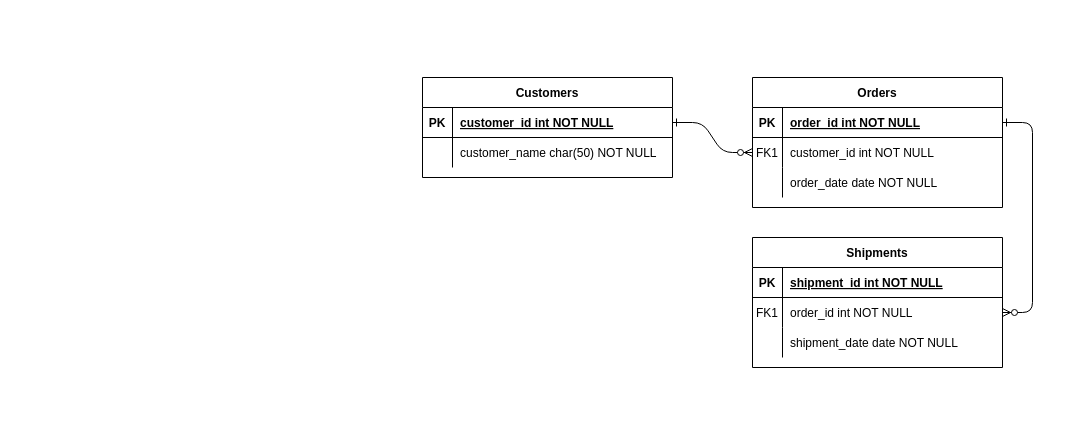
Above: metadata/db_erd.drawio in fhormel/fitness-tracker (draw.io), before the change. Source tidied: cells renumbered, new cells numbered last; positions are measured from the earlier drawing's top-left corner, leaving out a move shared by most shapes. Both pictures are drawn from the tidied source at 100%, with x=0, y=0 at pixel (422, 77).
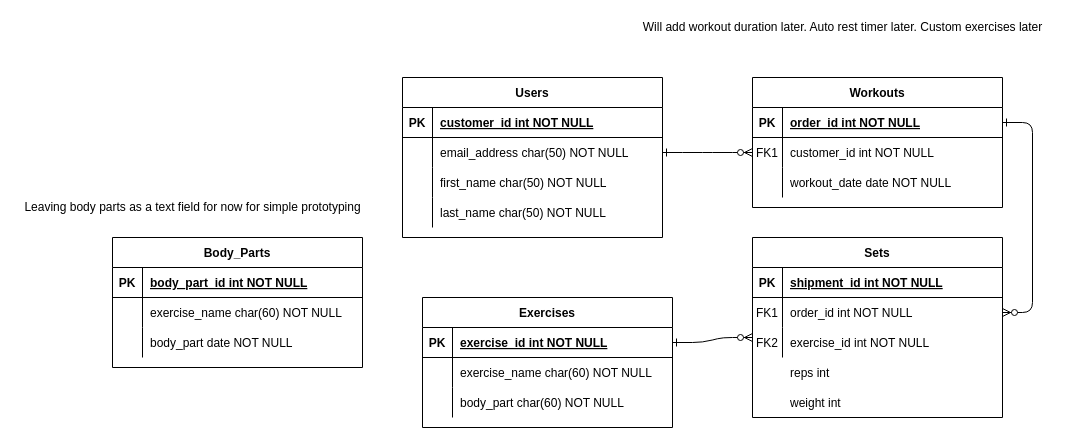
After the change.

Unchanged cells that the change refers to:
```xml
<mxCell id="8" style="shape=partialRectangle;fillColor=none;points=[[0,0.5],[1,0.5]];portConstraint=eastwest;top=0;left=0;right=0;bottom=0;" parent="4" vertex="1">
  <mxGeometry y="60" width="250" height="30" as="geometry" />
</mxCell>
<mxCell id="11" style="shape=partialRectangle;fillColor=none;top=0;left=0;right=0;bottom=0;" parent="4" vertex="1">
  <mxGeometry y="90" width="250" height="30" as="geometry" />
</mxCell>
<mxCell id="21" style="shape=partialRectangle;fillColor=none;top=0;left=0;right=0;bottom=0;" parent="14" vertex="1">
  <mxGeometry y="90" width="250" height="30" as="geometry" />
</mxCell>
```

What changed in the source:
```diff
@@
-    <mxCell id="2" style="edgeStyle=entityRelationEdgeStyle;endArrow=ERzeroToMany;startArrow=ERone;endFill=1;startFill=0;" parent="1" edge="1" source="25" target="8">
+    <mxCell id="2" style="edgeStyle=entityRelationEdgeStyle;endArrow=ERzeroToMany;startArrow=ERone;endFill=1;startFill=0;exitX=1;exitY=0.5;exitDx=0;exitDy=0;" parent="1" edge="1" source="58" target="8">
       <mxGeometry relative="1" as="geometry" />
     </mxCell>
@@
-    <mxCell id="4" value="Orders" style="shape=table;startSize=30;childLayout=tableLayout;rowLines=0;fontStyle=1;align=center;" parent="1" vertex="1">
+    <mxCell id="4" value="Workouts" style="shape=table;startSize=30;childLayout=tableLayout;rowLines=0;fontStyle=1;align=center;" parent="1" vertex="1">
       <mxGeometry x="330" width="250" height="130" as="geometry" />
     </mxCell>
@@
-    <mxCell id="13" value="order_date date NOT NULL" style="shape=partialRectangle;overflow=hidden;fillColor=none;top=0;left=0;bottom=0;right=0;align=left;spacingLeft=6;" parent="11" vertex="1">
+    <mxCell id="13" value="workout_date date NOT NULL" style="shape=partialRectangle;overflow=hidden;fillColor=none;top=0;left=0;bottom=0;right=0;align=left;spacingLeft=6;" parent="11" vertex="1">
       <mxGeometry x="30" width="220" height="30" as="geometry" />
     </mxCell>
-    <mxCell id="14" value="Shipments" style="shape=table;startSize=30;childLayout=tableLayout;rowLines=0;fontStyle=1;align=center;" parent="1" vertex="1">
-      <mxGeometry x="330" y="160" width="250" height="130" as="geometry" />
+    <mxCell id="14" value="Sets" style="shape=table;startSize=30;childLayout=tableLayout;rowLines=0;fontStyle=1;align=center;" parent="1" vertex="1">
+      <mxGeometry x="330" y="160" width="250" height="180" as="geometry" />
     </mxCell>
@@
-    <mxCell id="22" style="shape=partialRectangle;overflow=hidden;fillColor=none;top=0;left=0;bottom=0;right=0;" parent="21" vertex="1">
+    <mxCell id="22" value="FK2" style="shape=partialRectangle;overflow=hidden;fillColor=none;top=0;left=0;bottom=0;right=0;" parent="21" vertex="1">
       <mxGeometry width="30" height="30" as="geometry" />
     </mxCell>
-    <mxCell id="23" value="shipment_date date NOT NULL" style="shape=partialRectangle;overflow=hidden;fillColor=none;top=0;left=0;bottom=0;right=0;align=left;spacingLeft=6;" parent="21" vertex="1">
+    <mxCell id="23" value="exercise_id int NOT NULL" style="shape=partialRectangle;overflow=hidden;fillColor=none;top=0;left=0;bottom=0;right=0;align=left;spacingLeft=6;" parent="21" vertex="1">
       <mxGeometry x="30" width="220" height="30" as="geometry" />
     </mxCell>
-    <mxCell id="24" value="Customers" style="shape=table;startSize=30;childLayout=tableLayout;rowLines=0;fontStyle=1;align=center;" parent="1" vertex="1">
-      <mxGeometry width="250" height="100" as="geometry" />
-    </mxCell>
-    <mxCell id="25" style="shape=partialRectangle;fillColor=none;points=[[0,0.5],[1,0.5]];portConstraint=eastwest;top=0;left=0;right=0;bottom=1;" parent="24" vertex="1">
-      <mxGeometry y="30" width="250" height="30" as="geometry" />
-    </mxCell>
-    <mxCell id="26" value="PK" style="shape=partialRectangle;overflow=hidden;fillColor=none;top=0;left=0;bottom=0;right=0;fontStyle=1;" parent="25" vertex="1">
-      <mxGeometry width="30" height="30" as="geometry" />
-    </mxCell>
+    <mxCell id="31" value="Exercises" style="shape=table;startSize=30;childLayout=tableLayout;rowLines=0;fontStyle=1;align=center;" parent="1" vertex="1">
+      <mxGeometry y="220" width="250" height="130" as="geometry" />
+    </mxCell>
+    <mxCell id="32" style="shape=partialRectangle;fillColor=none;points=[[0,0.5],[1,0.5]];portConstraint=eastwest;top=0;left=0;right=0;bottom=1;" parent="31" vertex="1">
+      <mxGeometry y="30" width="250" height="30" as="geometry" />
+    </mxCell>
+    <mxCell id="33" value="PK" style="shape=partialRectangle;overflow=hidden;fillColor=none;top=0;left=0;bottom=0;right=0;fontStyle=1;" parent="32" vertex="1">
+      <mxGeometry width="30" height="30" as="geometry" />
+    </mxCell>
+    <mxCell id="34" value="exercise_id int NOT NULL " style="shape=partialRectangle;overflow=hidden;fillColor=none;top=0;left=0;bottom=0;right=0;align=left;spacingLeft=6;fontStyle=5;" parent="32" vertex="1">
+      <mxGeometry x="30" width="220" height="30" as="geometry" />
+    </mxCell>
+    <mxCell id="35" style="shape=partialRectangle;fillColor=none;top=0;left=0;right=0;bottom=0;" parent="31" vertex="1">
+      <mxGeometry y="60" width="250" height="30" as="geometry" />
+    </mxCell>
+    <mxCell id="36" style="shape=partialRectangle;overflow=hidden;fillColor=none;top=0;left=0;bottom=0;right=0;" parent="35" vertex="1">
+      <mxGeometry width="30" height="30" as="geometry" />
+    </mxCell>
+    <mxCell id="37" value="exercise_name char(60) NOT NULL" style="shape=partialRectangle;overflow=hidden;fillColor=none;top=0;left=0;bottom=0;right=0;align=left;spacingLeft=6;" parent="35" vertex="1">
+      <mxGeometry x="30" width="220" height="30" as="geometry" />
+    </mxCell>
+    <mxCell id="38" style="shape=partialRectangle;fillColor=none;top=0;left=0;right=0;bottom=0;" parent="31" vertex="1">
+      <mxGeometry y="90" width="250" height="30" as="geometry" />
+    </mxCell>
+    <mxCell id="39" style="shape=partialRectangle;overflow=hidden;fillColor=none;top=0;left=0;bottom=0;right=0;" parent="38" vertex="1">
+      <mxGeometry width="30" height="30" as="geometry" />
+    </mxCell>
+    <mxCell id="40" value="body_part char(60) NOT NULL" style="shape=partialRectangle;overflow=hidden;fillColor=none;top=0;left=0;bottom=0;right=0;align=left;spacingLeft=6;" parent="38" vertex="1">
+      <mxGeometry x="30" width="220" height="30" as="geometry" />
+    </mxCell>
+    <mxCell id="41" style="edgeStyle=entityRelationEdgeStyle;endArrow=ERzeroToMany;startArrow=ERone;endFill=1;startFill=0;exitX=1;exitY=0.5;exitDx=0;exitDy=0;" parent="1" edge="1" source="32">
+      <mxGeometry relative="1" as="geometry">
+        <mxPoint x="330" y="260" as="targetPoint" />
+      </mxGeometry>
+    </mxCell>
+    <mxCell id="42" value="Body_Parts" style="shape=table;startSize=30;childLayout=tableLayout;rowLines=0;fontStyle=1;align=center;" parent="1" vertex="1">
+      <mxGeometry x="-310" y="160" width="250" height="130" as="geometry" />
+    </mxCell>
+    <mxCell id="43" style="shape=partialRectangle;fillColor=none;top=0;left=0;right=0;bottom=1;" parent="42" vertex="1">
+      <mxGeometry y="30" width="250" height="30" as="geometry" />
+    </mxCell>
+    <mxCell id="44" value="PK" style="shape=partialRectangle;overflow=hidden;fillColor=none;top=0;left=0;bottom=0;right=0;fontStyle=1;" parent="43" vertex="1">
+      <mxGeometry width="30" height="30" as="geometry" />
+    </mxCell>
+    <mxCell id="45" value="body_part_id int NOT NULL " style="shape=partialRectangle;overflow=hidden;fillColor=none;top=0;left=0;bottom=0;right=0;align=left;spacingLeft=6;fontStyle=5;" parent="43" vertex="1">
+      <mxGeometry x="30" width="220" height="30" as="geometry" />
+    </mxCell>
+    <mxCell id="46" style="shape=partialRectangle;fillColor=none;top=0;left=0;right=0;bottom=0;" parent="42" vertex="1">
+      <mxGeometry y="60" width="250" height="30" as="geometry" />
+    </mxCell>
+    <mxCell id="47" style="shape=partialRectangle;overflow=hidden;fillColor=none;top=0;left=0;bottom=0;right=0;" parent="46" vertex="1">
+      <mxGeometry width="30" height="30" as="geometry" />
+    </mxCell>
+    <mxCell id="48" value="exercise_name char(60) NOT NULL" style="shape=partialRectangle;overflow=hidden;fillColor=none;top=0;left=0;bottom=0;right=0;align=left;spacingLeft=6;" parent="46" vertex="1">
+      <mxGeometry x="30" width="220" height="30" as="geometry" />
+    </mxCell>
+    <mxCell id="49" style="shape=partialRectangle;fillColor=none;top=0;left=0;right=0;bottom=0;" parent="42" vertex="1">
+      <mxGeometry y="90" width="250" height="30" as="geometry" />
+    </mxCell>
+    <mxCell id="50" style="shape=partialRectangle;overflow=hidden;fillColor=none;top=0;left=0;bottom=0;right=0;" parent="49" vertex="1">
+      <mxGeometry width="30" height="30" as="geometry" />
+    </mxCell>
+    <mxCell id="51" value="body_part date NOT NULL" style="shape=partialRectangle;overflow=hidden;fillColor=none;top=0;left=0;bottom=0;right=0;align=left;spacingLeft=6;" parent="49" vertex="1">
+      <mxGeometry x="30" width="220" height="30" as="geometry" />
+    </mxCell>
+    <mxCell id="52" value="reps int " style="shape=partialRectangle;overflow=hidden;fillColor=none;top=0;left=0;bottom=0;right=0;align=left;spacingLeft=6;" parent="1" vertex="1">
+      <mxGeometry x="360" y="280" width="220" height="30" as="geometry" />
+    </mxCell>
+    <mxCell id="53" value="weight int " style="shape=partialRectangle;overflow=hidden;fillColor=none;top=0;left=0;bottom=0;right=0;align=left;spacingLeft=6;" parent="1" vertex="1">
+      <mxGeometry x="360" y="310" width="220" height="30" as="geometry" />
+    </mxCell>
+    <mxCell id="54" value="Leaving body parts as a text field for now for simple prototyping" style="text;html=1;align=center;verticalAlign=middle;fillColor=none;strokeColor=none;rounded=0;" parent="1" vertex="1">
+      <mxGeometry x="-405" y="120" width="350" height="20" as="geometry" />
+    </mxCell>
+    <mxCell id="55" value="Users" style="shape=table;startSize=30;childLayout=tableLayout;rowLines=0;fontStyle=1;align=center;" parent="1" vertex="1">
+      <mxGeometry x="-20" width="260" height="160" as="geometry" />
+    </mxCell>
+    <mxCell id="56" style="shape=tableRow;horizontal=0;startSize=0;swimlaneHead=0;swimlaneBody=0;fillColor=none;top=0;left=0;right=0;bottom=1;" parent="55" vertex="1">
+      <mxGeometry y="30" width="260" height="30" as="geometry" />
+    </mxCell>
+    <mxCell id="57" value="PK" style="shape=partialRectangle;fillColor=none;top=0;left=0;bottom=0;right=0;fontStyle=1;overflow=hidden;" parent="56" vertex="1">
+      <mxGeometry width="30" height="30" as="geometry" />
+    </mxCell>
-    <mxCell id="27" value="customer_id int NOT NULL " style="shape=partialRectangle;overflow=hidden;fillColor=none;top=0;left=0;bottom=0;right=0;align=left;spacingLeft=6;fontStyle=5;" parent="25" vertex="1">
-      <mxGeometry x="30" width="220" height="30" as="geometry" />
+    <mxCell id="27" value="customer_id int NOT NULL" style="shape=partialRectangle;fillColor=none;top=0;left=0;bottom=0;right=0;align=left;spacingLeft=6;fontStyle=5;overflow=hidden;" parent="56" vertex="1">
+      <mxGeometry x="30" width="230" height="30" as="geometry" />
     </mxCell>
-    <mxCell id="28" style="shape=partialRectangle;fillColor=none;top=0;left=0;right=0;bottom=0;" parent="24" vertex="1">
-      <mxGeometry y="60" width="250" height="30" as="geometry" />
-    </mxCell>
-    <mxCell id="29" style="shape=partialRectangle;overflow=hidden;fillColor=none;top=0;left=0;bottom=0;right=0;" parent="28" vertex="1">
-      <mxGeometry width="30" height="30" as="geometry" />
-    </mxCell>
-    <mxCell id="30" value="customer_name char(50) NOT NULL" style="shape=partialRectangle;overflow=hidden;fillColor=none;top=0;left=0;bottom=0;right=0;align=left;spacingLeft=6;" parent="28" vertex="1">
-      <mxGeometry x="30" width="220" height="30" as="geometry" />
-    </mxCell>
+    <mxCell id="58" style="shape=tableRow;horizontal=0;startSize=0;swimlaneHead=0;swimlaneBody=0;fillColor=none;points=[[0,0.5],[1,0.5]];portConstraint=eastwest;top=0;left=0;right=0;bottom=0;" parent="55" vertex="1">
+      <mxGeometry y="60" width="260" height="30" as="geometry" />
+    </mxCell>
+    <mxCell id="59" style="shape=partialRectangle;fillColor=none;top=0;left=0;bottom=0;right=0;overflow=hidden;" parent="58" vertex="1">
+      <mxGeometry width="30" height="30" as="geometry" />
+    </mxCell>
+    <mxCell id="60" value="email_address char(50) NOT NULL" style="shape=partialRectangle;fillColor=none;top=0;left=0;bottom=0;right=0;align=left;spacingLeft=6;overflow=hidden;" parent="58" vertex="1">
+      <mxGeometry x="30" width="230" height="30" as="geometry" />
+    </mxCell>
+    <mxCell id="61" style="shape=tableRow;horizontal=0;startSize=0;swimlaneHead=0;swimlaneBody=0;fillColor=none;top=0;left=0;right=0;bottom=0;" parent="55" vertex="1">
+      <mxGeometry y="90" width="260" height="30" as="geometry" />
+    </mxCell>
+    <mxCell id="62" style="shape=partialRectangle;fillColor=none;top=0;left=0;bottom=0;right=0;overflow=hidden;" parent="61" vertex="1">
+      <mxGeometry width="30" height="30" as="geometry" />
+    </mxCell>
+    <mxCell id="63" value="first_name char(50) NOT NULL" style="shape=partialRectangle;fillColor=none;top=0;left=0;bottom=0;right=0;align=left;spacingLeft=6;overflow=hidden;" parent="61" vertex="1">
+      <mxGeometry x="30" width="230" height="30" as="geometry" />
+    </mxCell>
+    <mxCell id="64" style="shape=tableRow;horizontal=0;startSize=0;swimlaneHead=0;swimlaneBody=0;fillColor=none;top=0;left=0;right=0;bottom=0;" parent="55" vertex="1">
+      <mxGeometry y="120" width="260" height="30" as="geometry" />
+    </mxCell>
+    <mxCell id="65" style="shape=partialRectangle;fillColor=none;top=0;left=0;bottom=0;right=0;overflow=hidden;" parent="64" vertex="1">
+      <mxGeometry width="30" height="30" as="geometry" />
+    </mxCell>
+    <mxCell id="66" value="last_name char(50) NOT NULL" style="shape=partialRectangle;fillColor=none;top=0;left=0;bottom=0;right=0;align=left;spacingLeft=6;overflow=hidden;" parent="64" vertex="1">
+      <mxGeometry x="30" width="230" height="30" as="geometry" />
+    </mxCell>
+    <mxCell id="67" value="Will add workout duration later. Auto rest timer later. Custom exercises later" style="text;html=1;align=center;verticalAlign=middle;fillColor=none;strokeColor=none;rounded=0;" parent="1" vertex="1">
+      <mxGeometry x="210" y="-60" width="420" height="20" as="geometry" />
+    </mxCell>
```
